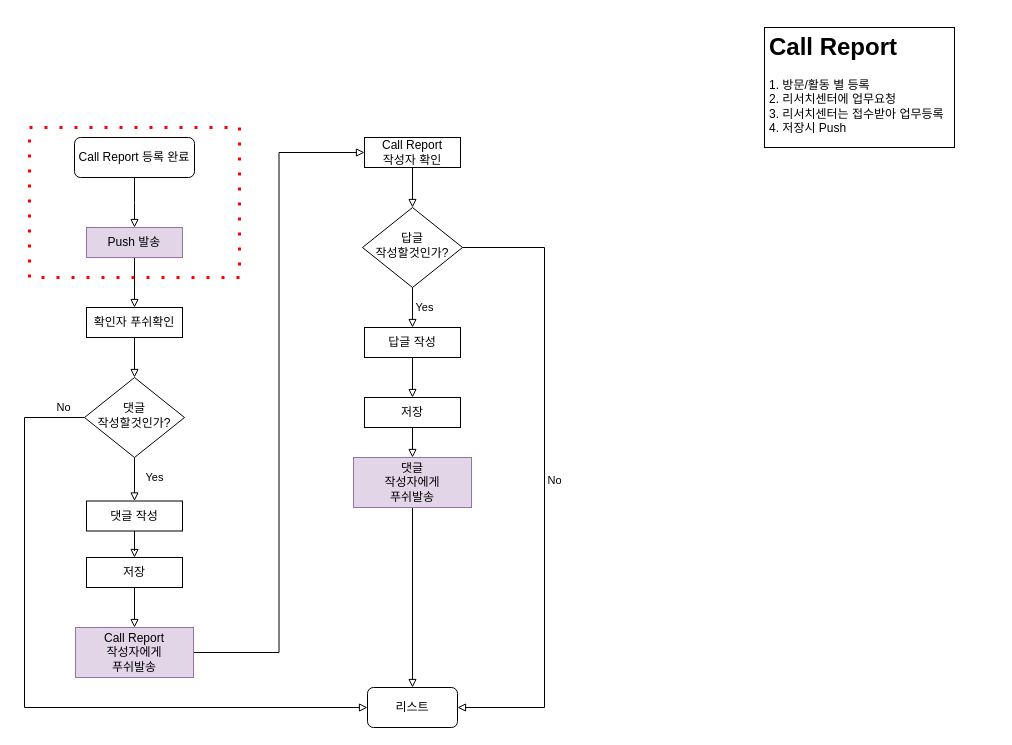
Before: page "Call Report Comment" (5 of 6) of ws_crm.drawio in rex-j2w2/crm, a draw.io diagram. Source tidied: cells renumbered, new cells numbered last; positions are measured from the earlier drawing's top-left corner, leaving out a move shared by most shapes. Both pictures are drawn from the tidied source at 100%, with x=0, y=0 at pixel (24, 27).
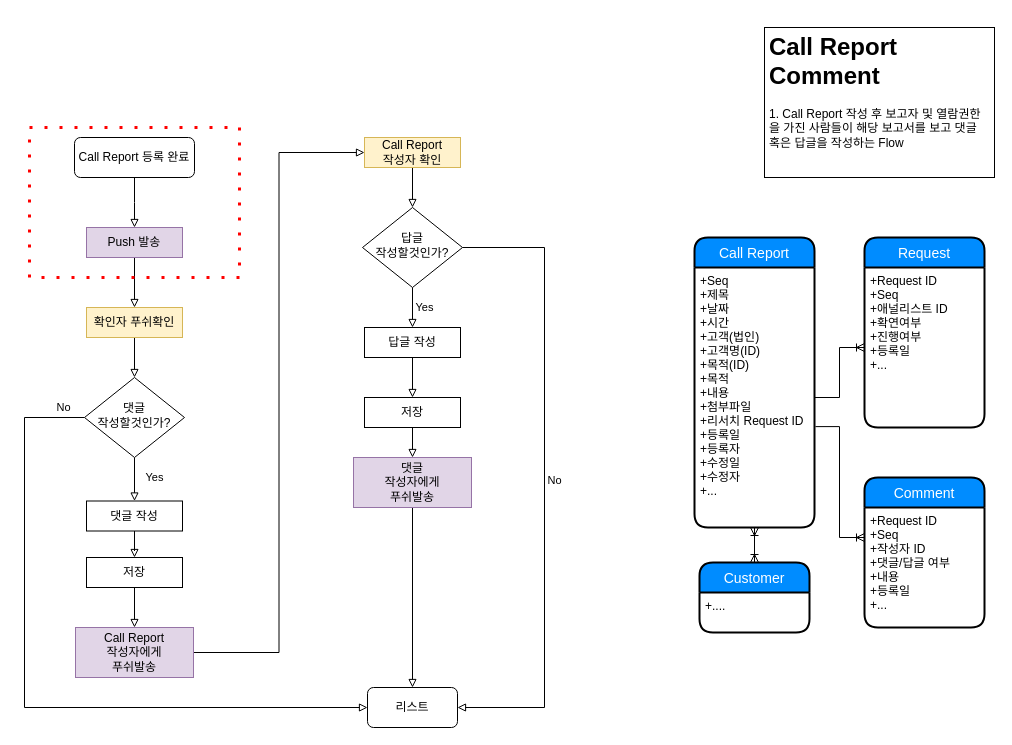
The same diagram, later.

Change to the diagram source:
```diff
@@
-    <mxCell id="7" value="확인자 푸쉬확인" style="rounded=0;whiteSpace=wrap;html=1;fontFamily=KB금융 본문체;" parent="1" vertex="1">
+    <mxCell id="7" value="확인자 푸쉬확인" style="rounded=0;whiteSpace=wrap;html=1;fontFamily=KB금융 본문체;fillColor=#fff2cc;strokeColor=#d6b656;" parent="1" vertex="1">
       <mxGeometry x="62" y="280" width="96" height="30" as="geometry" />
     </mxCell>
@@
-    <mxCell id="19" value="Call Report &lt;br&gt;작성자 확인" style="rounded=0;whiteSpace=wrap;html=1;fontFamily=KB금융 본문체;" parent="1" vertex="1">
+    <mxCell id="19" value="Call Report &lt;br&gt;작성자 확인" style="rounded=0;whiteSpace=wrap;html=1;fontFamily=KB금융 본문체;fillColor=#fff2cc;strokeColor=#d6b656;" parent="1" vertex="1">
       <mxGeometry x="340" y="110" width="96" height="30" as="geometry" />
     </mxCell>
@@
-    <mxCell id="30" value="&lt;h1&gt;Call Report&lt;/h1&gt;&lt;div&gt;1. 방문/활동 별 등록&lt;/div&gt;&lt;div&gt;2. 리서치센터에 업무요청&lt;/div&gt;&lt;div&gt;3. 리서치센터는 접수받아 업무등록&lt;br&gt;4. 저장시 Push&lt;/div&gt;" style="text;html=1;strokeColor=#000000;fillColor=none;spacing=5;spacingTop=-20;whiteSpace=wrap;overflow=hidden;rounded=0;fontFamily=KB금융 본문체;" parent="1" vertex="1">
-      <mxGeometry x="740" width="190" height="120" as="geometry" />
+    <mxCell id="30" value="&lt;h1&gt;Call Report Comment&lt;/h1&gt;&lt;div&gt;1. Call Report 작성 후 보고자 및 열람권한을 가진 사람들이 해당 보고서를 보고 댓글 혹은 답글을 작성하는 Flow&amp;nbsp;&lt;/div&gt;&lt;div&gt;&lt;br&gt;&lt;/div&gt;" style="text;html=1;strokeColor=#000000;fillColor=none;spacing=5;spacingTop=-20;whiteSpace=wrap;overflow=hidden;rounded=0;fontFamily=KB금융 본문체;" parent="1" vertex="1">
+      <mxGeometry x="740" width="230" height="150" as="geometry" />
     </mxCell>
+    <mxCell id="31" style="edgeStyle=orthogonalEdgeStyle;rounded=0;jettySize=auto;html=1;endArrow=ERoneToMany;endFill=0;fontFamily=KB금융 본문체;entryX=0.5;entryY=0;entryDx=0;entryDy=0;startArrow=ERoneToMany;startFill=0;" parent="1" edge="1" source="33" target="34">
+      <mxGeometry relative="1" as="geometry" />
+    </mxCell>
+    <mxCell id="32" value="Call Report" style="swimlane;horizontal=1;startSize=30;fillColor=#008cff;fontColor=#FFFFFF;rounded=1;fontSize=14;fontStyle=0;strokeWidth=2;shadow=0;dashed=0;align=center;fontFamily=KB금융 본문체;" parent="1" vertex="1">
+      <mxGeometry x="670" y="210" width="120" height="290" as="geometry" />
+    </mxCell>
+    <mxCell id="33" value="+Seq&#10;+제목&#10;+날짜&#10;+시간&#10;+고객(법인)&#10;+고객명(ID)&#10;+목적(ID)&#10;+목적&#10;+내용&#10;+첨부파일&#10;+리서치 Request ID&#10;+등록일&#10;+등록자&#10;+수정일&#10;+수정자&#10;+...&#10;&#10;" style="align=left;strokeColor=none;fillColor=none;spacingLeft=4;fontSize=12;verticalAlign=top;fontFamily=KB금융 본문체;" parent="32" vertex="1">
+      <mxGeometry y="30" width="120" height="260" as="geometry" />
+    </mxCell>
+    <mxCell id="34" value="Customer" style="swimlane;horizontal=1;startSize=30;fillColor=#008cff;fontColor=#FFFFFF;rounded=1;fontSize=14;fontStyle=0;strokeWidth=2;shadow=0;dashed=0;align=center;fontFamily=KB금융 본문체;" parent="1" vertex="1">
+      <mxGeometry x="675" y="535" width="110" height="70" as="geometry" />
+    </mxCell>
+    <mxCell id="35" value="+...." style="align=left;strokeColor=none;fillColor=none;spacingLeft=4;fontSize=12;verticalAlign=top;fontFamily=KB금융 본문체;" parent="34" vertex="1">
+      <mxGeometry y="30" width="110" height="40" as="geometry" />
+    </mxCell>
+    <mxCell id="36" value="Request" style="swimlane;horizontal=1;startSize=30;fillColor=#008cff;fontColor=#FFFFFF;rounded=1;fontSize=14;fontStyle=0;strokeWidth=2;shadow=0;dashed=0;align=center;fontFamily=KB금융 본문체;" parent="1" vertex="1">
+      <mxGeometry x="840" y="210" width="120" height="190" as="geometry" />
+    </mxCell>
+    <mxCell id="37" value="+Request ID&#10;+Seq&#10;+애널리스트 ID&#10;+확연여부&#10;+진행여부&#10;+등록일&#10;+..." style="align=left;strokeColor=none;fillColor=none;spacingLeft=4;fontSize=12;verticalAlign=top;fontFamily=KB금융 본문체;" parent="36" vertex="1">
+      <mxGeometry y="30" width="120" height="160" as="geometry" />
+    </mxCell>
+    <mxCell id="38" style="edgeStyle=orthogonalEdgeStyle;rounded=0;jettySize=auto;html=1;startArrow=none;startFill=0;endArrow=ERoneToMany;endFill=0;fontFamily=KB금융 본문체;" parent="1" edge="1" source="33" target="37">
+      <mxGeometry relative="1" as="geometry" />
+    </mxCell>
+    <mxCell id="39" value="Comment" style="swimlane;horizontal=1;startSize=30;fillColor=#008cff;fontColor=#FFFFFF;rounded=1;fontSize=14;fontStyle=0;strokeWidth=2;shadow=0;dashed=0;align=center;fontFamily=KB금융 본문체;" parent="1" vertex="1">
+      <mxGeometry x="840" y="450" width="120" height="150" as="geometry" />
+    </mxCell>
+    <mxCell id="40" value="+Request ID&#10;+Seq&#10;+작성자 ID&#10;+댓글/답글 여부&#10;+내용&#10;+등록일&#10;+..." style="align=left;strokeColor=none;fillColor=none;spacingLeft=4;fontSize=12;verticalAlign=top;fontFamily=KB금융 본문체;" parent="39" vertex="1">
+      <mxGeometry y="30" width="120" height="120" as="geometry" />
+    </mxCell>
+    <mxCell id="41" style="edgeStyle=orthogonalEdgeStyle;rounded=0;orthogonalLoop=1;jettySize=auto;html=1;exitX=0.5;exitY=1;exitDx=0;exitDy=0;startArrow=none;startFill=0;endArrow=block;endFill=0;fontFamily=KB금융 본문체;" parent="39" edge="1" source="40" target="40">
+      <mxGeometry relative="1" as="geometry" />
+    </mxCell>
+    <mxCell id="42" style="edgeStyle=orthogonalEdgeStyle;rounded=0;jettySize=auto;html=1;startArrow=none;startFill=0;endArrow=ERoneToMany;endFill=0;fontFamily=KB금융 본문체;exitX=1.008;exitY=0.612;exitDx=0;exitDy=0;exitPerimeter=0;entryX=0;entryY=0.25;entryDx=0;entryDy=0;" parent="1" edge="1" source="33" target="40">
+      <mxGeometry relative="1" as="geometry" />
+    </mxCell>
```
